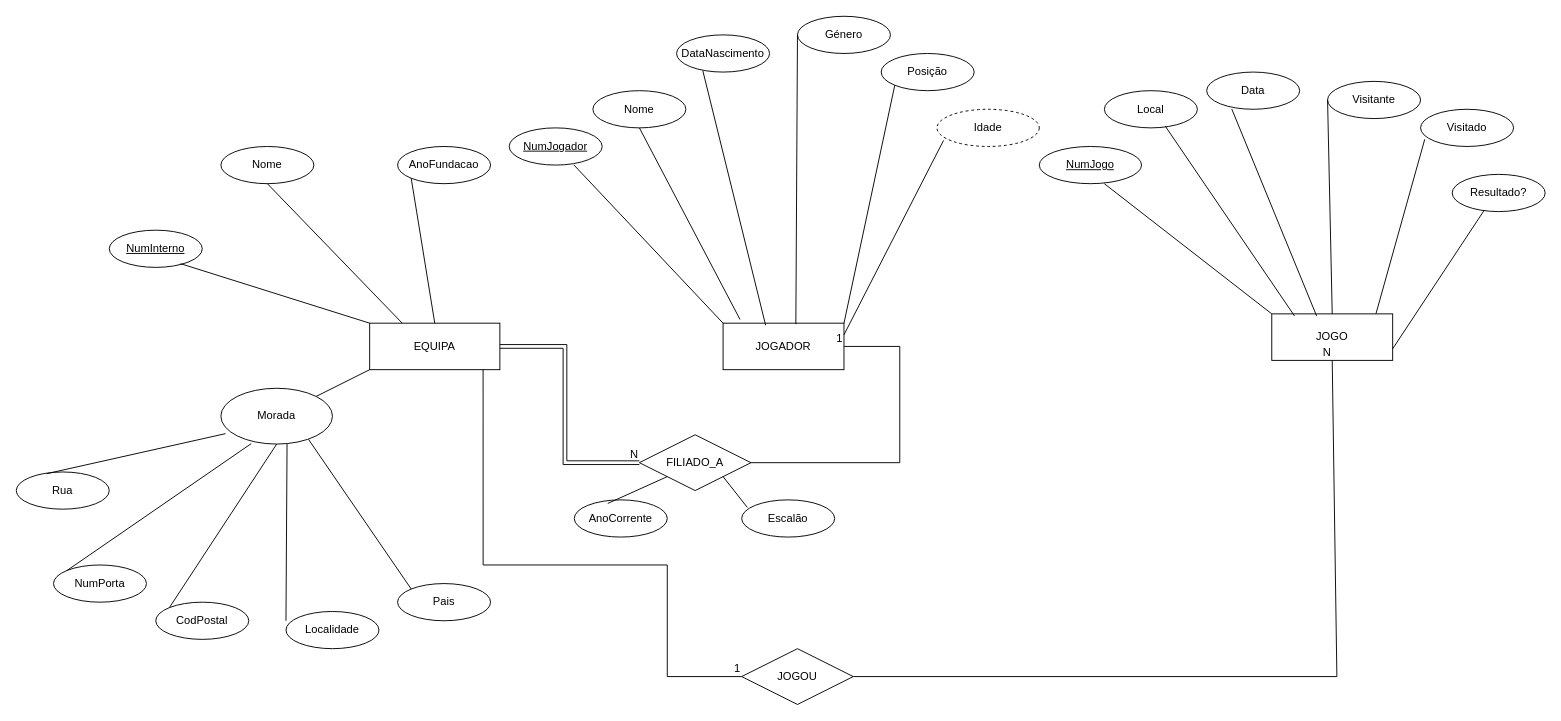
Before: Exercicío 1.drawio in Frederico994/Diagramas, a draw.io diagram. Source tidied: cells renumbered, new cells numbered last; positions are measured from the earlier drawing's top-left corner, leaving out a move shared by most shapes. Both pictures are drawn from the tidied source at 93%, with x=0, y=0 at pixel (16, 16).
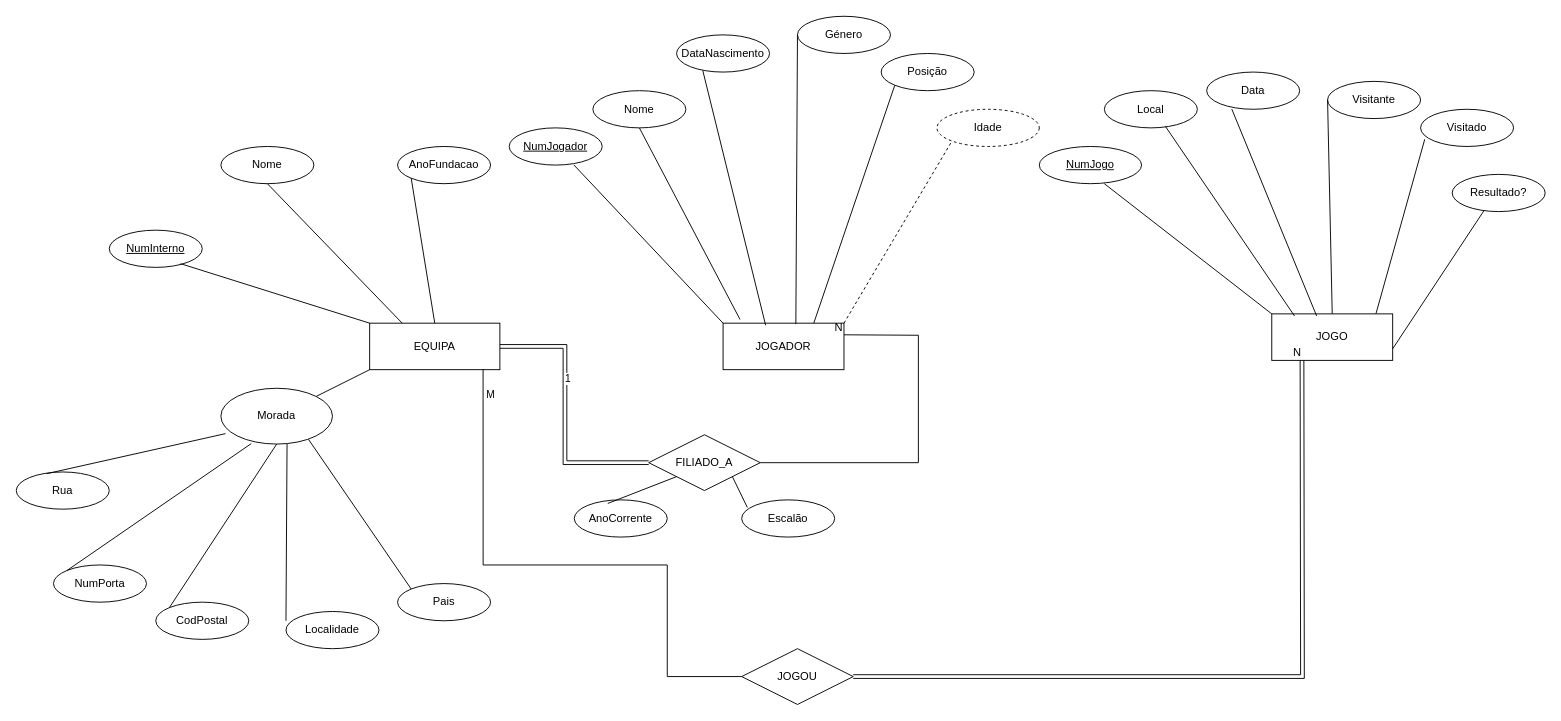
After the change.

The change refers to these unchanged cells:
```xml
<mxCell id="20" value="JOGADOR" style="whiteSpace=wrap;html=1;align=center;" parent="1" vertex="1">
  <mxGeometry x="760" y="330" width="130" height="50" as="geometry" />
</mxCell>
<mxCell id="25" value="Posição" style="ellipse;whiteSpace=wrap;html=1;align=center;" parent="1" vertex="1">
  <mxGeometry x="930" y="40" width="100" height="40" as="geometry" />
</mxCell>
<mxCell id="31" value="Idade" style="ellipse;whiteSpace=wrap;html=1;align=center;dashed=1;" parent="1" vertex="1">
  <mxGeometry x="990" y="100" width="110" height="40" as="geometry" />
</mxCell>
<mxCell id="33" value="JOGO" style="whiteSpace=wrap;html=1;align=center;" parent="1" vertex="1">
  <mxGeometry x="1350" y="320" width="130" height="50" as="geometry" />
</mxCell>
<mxCell id="47" value="JOGOU" style="shape=rhombus;perimeter=rhombusPerimeter;whiteSpace=wrap;html=1;align=center;" parent="1" vertex="1">
  <mxGeometry x="780" y="680" width="120" height="60" as="geometry" />
</mxCell>
<mxCell id="48" style="endArrow=none;html=1;rounded=0;exitX=0.871;exitY=0.991;exitDx=0;exitDy=0;exitPerimeter=0;entryX=0;entryY=0.5;entryDx=0;entryDy=0;" parent="1" edge="1" source="2" target="47">
  <mxGeometry relative="1" as="geometry">
    <Array as="points">
      <mxPoint x="502" y="590" />
      <mxPoint x="700" y="590" />
      <mxPoint x="700" y="710" />
    </Array>
  </mxGeometry>
</mxCell>
<mxCell id="57" style="shape=link;html=1;rounded=0;exitX=1;exitY=0.5;exitDx=0;exitDy=0;entryX=0;entryY=0.5;entryDx=0;entryDy=0;" parent="1" edge="1" source="2" target="52">
  <mxGeometry relative="1" as="geometry">
    <Array as="points">
      <mxPoint x="590" y="355" />
      <mxPoint x="590" y="480" />
    </Array>
  </mxGeometry>
</mxCell>
```

Diff of the diagram source:
```diff
@@
-    <mxCell id="30" style="endArrow=none;html=1;rounded=0;exitX=0;exitY=1;exitDx=0;exitDy=0;entryX=1;entryY=0;entryDx=0;entryDy=0;" parent="1" edge="1" source="25" target="20">
+    <mxCell id="30" style="endArrow=none;html=1;rounded=0;exitX=0;exitY=1;exitDx=0;exitDy=0;entryX=0.75;entryY=0;entryDx=0;entryDy=0;" parent="1" edge="1" source="25" target="20">
       <mxGeometry relative="1" as="geometry" />
     </mxCell>
@@
-    <mxCell id="32" style="endArrow=none;html=1;rounded=0;entryX=0.064;entryY=0.837;entryDx=0;entryDy=0;entryPerimeter=0;exitX=1;exitY=0.25;exitDx=0;exitDy=0;" parent="1" edge="1" source="20" target="31">
-      <mxGeometry relative="1" as="geometry" />
-    </mxCell>
@@
-    <mxCell id="49" value="1" style="html=1;whiteSpace=wrap;align=right;verticalAlign=bottom;" parent="48" vertex="1">
-      <mxGeometry x="1" relative="1" as="geometry" />
-    </mxCell>
-    <mxCell id="50" style="endArrow=none;html=1;rounded=0;entryX=0.5;entryY=1;entryDx=0;entryDy=0;exitX=1;exitY=0.5;exitDx=0;exitDy=0;" parent="1" edge="1" source="47" target="33">
-      <mxGeometry relative="1" as="geometry">
-        <Array as="points">
-          <mxPoint x="1420" y="710" />
-        </Array>
-      </mxGeometry>
-    </mxCell>
-    <mxCell id="51" value="N" style="html=1;whiteSpace=wrap;align=right;verticalAlign=bottom;" parent="50" vertex="1">
-      <mxGeometry x="1" relative="1" as="geometry" />
-    </mxCell>
+    <mxCell id="61" value="M" style="edgeLabel;html=1;align=center;verticalAlign=middle;" parent="48" vertex="1">
+      <mxGeometry x="-0.91" y="1" relative="1" as="geometry">
+        <mxPoint x="7" as="offset" />
+      </mxGeometry>
+    </mxCell>
     <mxCell id="52" value="FILIADO_A" style="shape=rhombus;perimeter=rhombusPerimeter;whiteSpace=wrap;html=1;align=center;" parent="1" vertex="1">
-      <mxGeometry x="670" y="450" width="120" height="60" as="geometry" />
+      <mxGeometry x="680" y="450" width="120" height="60" as="geometry" />
     </mxCell>
@@
-    <mxCell id="58" value="N" style="html=1;whiteSpace=wrap;align=right;verticalAlign=bottom;" parent="57" vertex="1">
-      <mxGeometry x="1" relative="1" as="geometry" />
-    </mxCell>
+    <mxCell id="62" value="1" style="edgeLabel;html=1;align=center;verticalAlign=middle;" parent="57" vertex="1">
+      <mxGeometry x="-0.27" y="2" relative="1" as="geometry" />
+    </mxCell>
+    <mxCell id="32" style="endArrow=none;html=1;rounded=0;entryX=0;entryY=1;entryDx=0;entryDy=0;exitX=1;exitY=0;exitDx=0;exitDy=0;dashed=1;" parent="1" edge="1" source="20" target="31">
+      <mxGeometry relative="1" as="geometry" />
+    </mxCell>
-    <mxCell id="59" style="endArrow=none;html=1;rounded=0;exitX=1;exitY=0.5;exitDx=0;exitDy=0;entryX=1;entryY=0.5;entryDx=0;entryDy=0;" parent="1" edge="1" source="52" target="20">
+    <mxCell id="59" style="endArrow=none;html=1;rounded=0;exitX=1;exitY=0.5;exitDx=0;exitDy=0;entryX=1;entryY=0.25;entryDx=0;entryDy=0;" parent="1" edge="1" source="52" target="20">
       <mxGeometry relative="1" as="geometry">
         <Array as="points">
-          <mxPoint x="950" y="480" />
-          <mxPoint x="950" y="355" />
+          <mxPoint x="970" y="480" />
+          <mxPoint x="970" y="343" />
         </Array>
       </mxGeometry>
     </mxCell>
-    <mxCell id="60" value="1" style="html=1;whiteSpace=wrap;align=right;verticalAlign=bottom;" parent="59" vertex="1">
-      <mxGeometry x="1" relative="1" as="geometry" />
-    </mxCell>
+    <mxCell id="63" value="N" style="html=1;whiteSpace=wrap;align=right;verticalAlign=bottom;" parent="59" vertex="1">
+      <mxGeometry x="1" relative="1" as="geometry" />
+    </mxCell>
+    <mxCell id="50" style="shape=link;html=1;rounded=0;exitX=1;exitY=0.5;exitDx=0;exitDy=0;entryX=0.25;entryY=1;entryDx=0;entryDy=0;" parent="1" edge="1" source="47" target="33">
+      <mxGeometry relative="1" as="geometry">
+        <Array as="points">
+          <mxPoint x="1383" y="710" />
+        </Array>
+      </mxGeometry>
+    </mxCell>
+    <mxCell id="64" value="N" style="html=1;whiteSpace=wrap;align=right;verticalAlign=bottom;" parent="50" vertex="1">
+      <mxGeometry x="1" relative="1" as="geometry" />
+    </mxCell>
```
